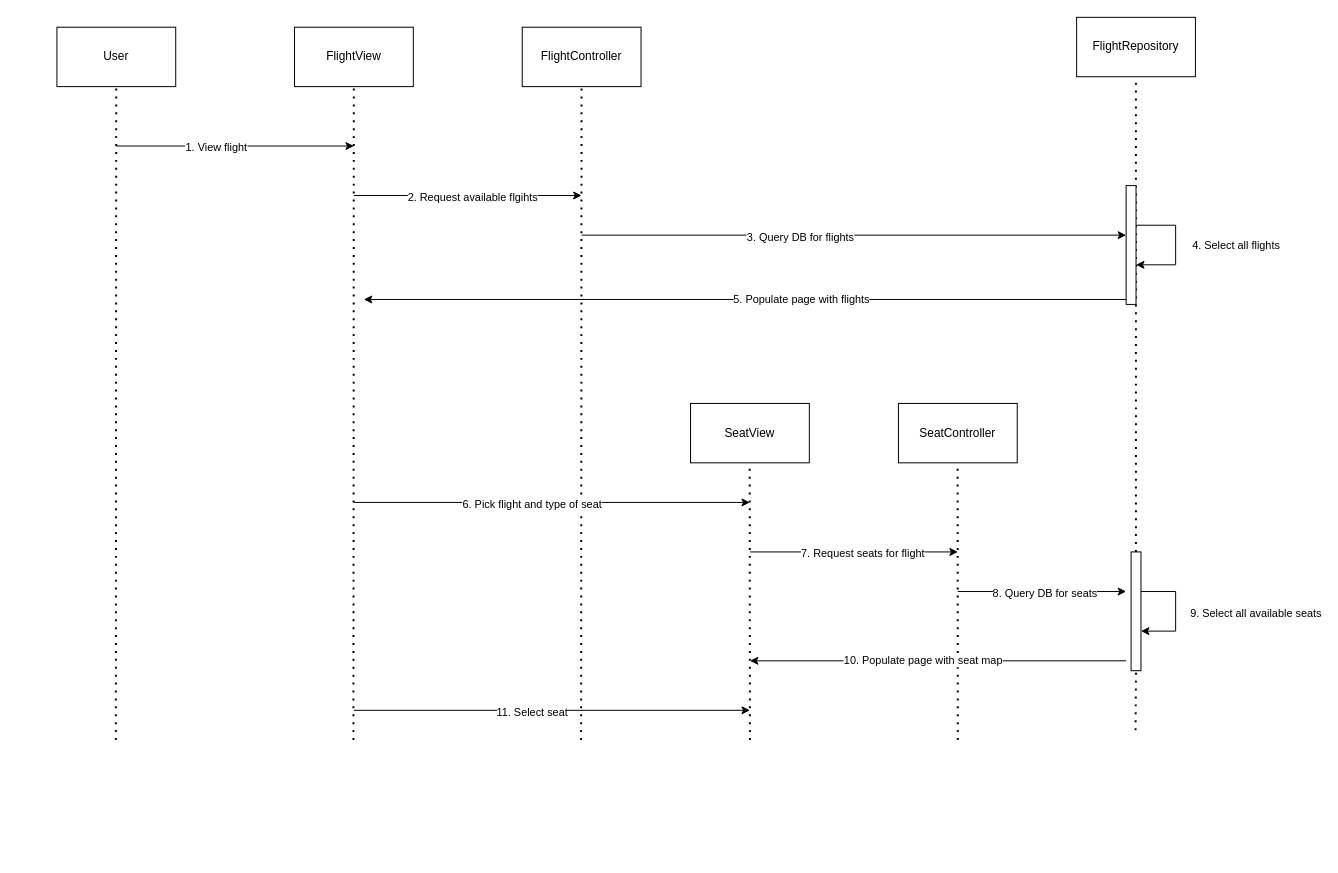
coreyyangsmith/ensf614-project keeps this draw.io diagram as page "ChooseTicket" (4 of 4) of documentation/02 Domain Diagrams/02-4 Sequence Diagrams/Login Sequence Diagram- Pamela.drawio. Above is the earlier version. Source tidied: cells renumbered, new cells numbered last; positions are measured from the earlier drawing's top-left corner, leaving out a move shared by most shapes. Both pictures are drawn from the tidied source at 99%, with x=0, y=0 at pixel (56, 17).
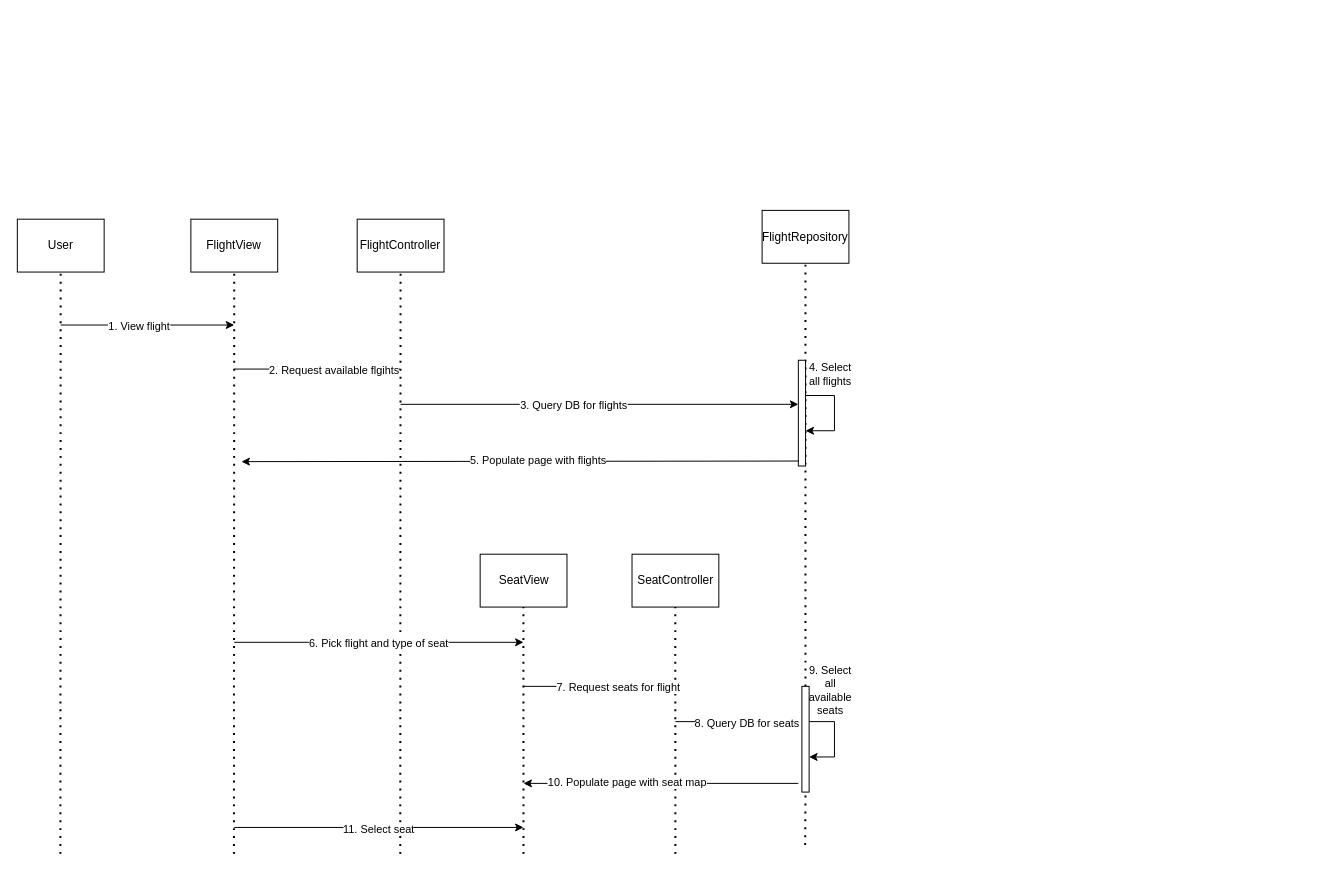
The same page after the edit.

Change to the diagram source:
```diff
@@
+    <mxCell id="39" style="group;" parent="1" vertex="1">
+      <mxGeometry x="-40" y="195" width="840" height="650" as="geometry" />
+    </mxCell>
-    <mxCell id="2" value="User" style="rounded=0;whiteSpace=wrap;html=1;" parent="1" vertex="1">
-      <mxGeometry y="10" width="120" height="60" as="geometry" />
+    <mxCell id="2" value="User" style="rounded=0;whiteSpace=wrap;html=1;" parent="39" vertex="1">
+      <mxGeometry y="8.9" width="87.7" height="53.4" as="geometry" />
     </mxCell>
-    <mxCell id="3" style="endArrow=none;dashed=1;html=1;dashPattern=1 3;strokeWidth=2;rounded=0;entryX=0.5;entryY=1;entryDx=0;entryDy=0;" parent="1" edge="1">
+    <mxCell id="3" style="endArrow=none;dashed=1;html=1;dashPattern=1 3;strokeWidth=2;rounded=0;entryX=0.5;entryY=1;entryDx=0;entryDy=0;" parent="39" edge="1">
       <mxGeometry relative="1" as="geometry">
-        <mxPoint x="59.5" y="730" as="sourcePoint" />
-        <mxPoint x="59.9" y="70" as="targetPoint" />
+        <mxPoint x="43.5" y="650" as="sourcePoint" />
+        <mxPoint x="43.8" y="62.3" as="targetPoint" />
       </mxGeometry>
     </mxCell>
-    <mxCell id="4" value="FlightView" style="rounded=0;whiteSpace=wrap;html=1;" parent="1" vertex="1">
-      <mxGeometry x="240" y="10" width="120" height="60" as="geometry" />
+    <mxCell id="4" value="FlightView" style="rounded=0;whiteSpace=wrap;html=1;" parent="39" vertex="1">
+      <mxGeometry x="175.3" y="8.9" width="87.7" height="53.4" as="geometry" />
     </mxCell>
-    <mxCell id="5" style="endArrow=none;dashed=1;html=1;dashPattern=1 3;strokeWidth=2;rounded=0;entryX=0.5;entryY=1;entryDx=0;entryDy=0;" parent="1" edge="1">
+    <mxCell id="5" style="endArrow=none;dashed=1;html=1;dashPattern=1 3;strokeWidth=2;rounded=0;entryX=0.5;entryY=1;entryDx=0;entryDy=0;" parent="39" edge="1">
       <mxGeometry relative="1" as="geometry">
-        <mxPoint x="299.5" y="730" as="sourcePoint" />
-        <mxPoint x="299.9" y="70" as="targetPoint" />
+        <mxPoint x="218.8" y="650" as="sourcePoint" />
+        <mxPoint x="219.1" y="62.3" as="targetPoint" />
       </mxGeometry>
     </mxCell>
-    <mxCell id="6" value="FlightController" style="rounded=0;whiteSpace=wrap;html=1;" parent="1" vertex="1">
-      <mxGeometry x="470" y="10" width="120" height="60" as="geometry" />
+    <mxCell id="6" value="FlightController" style="rounded=0;whiteSpace=wrap;html=1;" parent="39" vertex="1">
+      <mxGeometry x="343.3" y="8.9" width="87.7" height="53.4" as="geometry" />
     </mxCell>
-    <mxCell id="7" style="endArrow=none;dashed=1;html=1;dashPattern=1 3;strokeWidth=2;rounded=0;entryX=0.5;entryY=1;entryDx=0;entryDy=0;" parent="1" edge="1">
+    <mxCell id="7" style="endArrow=none;dashed=1;html=1;dashPattern=1 3;strokeWidth=2;rounded=0;entryX=0.5;entryY=1;entryDx=0;entryDy=0;" parent="39" edge="1">
       <mxGeometry relative="1" as="geometry">
-        <mxPoint x="529.5" y="730" as="sourcePoint" />
-        <mxPoint x="529.9" y="70" as="targetPoint" />
+        <mxPoint x="386.8" y="650" as="sourcePoint" />
+        <mxPoint x="387.1" y="62.3" as="targetPoint" />
       </mxGeometry>
     </mxCell>
-    <mxCell id="8" value="FlightRepository" style="rounded=0;whiteSpace=wrap;html=1;" parent="1" vertex="1">
-      <mxGeometry x="1030" width="120" height="60" as="geometry" />
+    <mxCell id="8" value="FlightRepository" style="rounded=0;whiteSpace=wrap;html=1;" parent="39" vertex="1">
+      <mxGeometry x="752.3" width="87.7" height="53.4" as="geometry" />
     </mxCell>
-    <mxCell id="9" style="endArrow=none;dashed=1;html=1;dashPattern=1 3;strokeWidth=2;rounded=0;entryX=0.5;entryY=1;entryDx=0;entryDy=0;" parent="1" edge="1" source="34">
+    <mxCell id="9" style="endArrow=none;dashed=1;html=1;dashPattern=1 3;strokeWidth=2;rounded=0;entryX=0.5;entryY=1;entryDx=0;entryDy=0;" parent="39" edge="1" source="34">
       <mxGeometry relative="1" as="geometry">
-        <mxPoint x="1089.9" y="60" as="targetPoint" />
+        <mxPoint x="796.1" y="53.4" as="targetPoint" />
       </mxGeometry>
     </mxCell>
-    <mxCell id="10" value="SeatView" style="rounded=0;whiteSpace=wrap;html=1;" parent="1" vertex="1">
-      <mxGeometry x="640" y="390" width="120" height="60" as="geometry" />
+    <mxCell id="10" value="SeatView" style="rounded=0;whiteSpace=wrap;html=1;" parent="39" vertex="1">
+      <mxGeometry x="467.5" y="347.3" width="87.7" height="53.4" as="geometry" />
     </mxCell>
-    <mxCell id="11" style="endArrow=none;dashed=1;html=1;dashPattern=1 3;strokeWidth=2;rounded=0;entryX=0.5;entryY=1;entryDx=0;entryDy=0;" parent="1" edge="1">
+    <mxCell id="11" style="endArrow=none;dashed=1;html=1;dashPattern=1 3;strokeWidth=2;rounded=0;entryX=0.5;entryY=1;entryDx=0;entryDy=0;" parent="39" edge="1">
       <mxGeometry relative="1" as="geometry">
-        <mxPoint x="700" y="730" as="sourcePoint" />
-        <mxPoint x="699.8" y="450" as="targetPoint" />
+        <mxPoint x="511.3" y="650" as="sourcePoint" />
+        <mxPoint x="511.2" y="400.7" as="targetPoint" />
       </mxGeometry>
     </mxCell>
-    <mxCell id="12" value="SeatController" style="rounded=0;whiteSpace=wrap;html=1;" parent="1" vertex="1">
-      <mxGeometry x="850" y="390" width="120" height="60" as="geometry" />
+    <mxCell id="12" value="SeatController" style="rounded=0;whiteSpace=wrap;html=1;" parent="39" vertex="1">
+      <mxGeometry x="620.9" y="347.3" width="87.7" height="53.4" as="geometry" />
     </mxCell>
-    <mxCell id="13" style="endArrow=none;dashed=1;html=1;dashPattern=1 3;strokeWidth=2;rounded=0;entryX=0.5;entryY=1;entryDx=0;entryDy=0;" parent="1" edge="1">
+    <mxCell id="13" style="endArrow=none;dashed=1;html=1;dashPattern=1 3;strokeWidth=2;rounded=0;entryX=0.5;entryY=1;entryDx=0;entryDy=0;" parent="39" edge="1">
       <mxGeometry relative="1" as="geometry">
-        <mxPoint x="910" y="730" as="sourcePoint" />
-        <mxPoint x="909.8" y="450" as="targetPoint" />
+        <mxPoint x="664.7" y="650" as="sourcePoint" />
+        <mxPoint x="664.6" y="400.7" as="targetPoint" />
       </mxGeometry>
     </mxCell>
-    <mxCell id="14" style="endArrow=classic;html=1;rounded=0;" parent="1" edge="1">
+    <mxCell id="14" style="endArrow=classic;html=1;rounded=0;" parent="39" edge="1">
       <mxGeometry relative="1" as="geometry">
-        <mxPoint x="60" y="130" as="sourcePoint" />
-        <mxPoint x="300" y="130" as="targetPoint" />
+        <mxPoint x="43.8" y="115.8" as="sourcePoint" />
+        <mxPoint x="219.1" y="115.8" as="targetPoint" />
       </mxGeometry>
     </mxCell>
@@
-    <mxCell id="16" style="endArrow=classic;html=1;rounded=0;" parent="1" edge="1">
+    <mxCell id="16" style="endArrow=classic;html=1;rounded=0;" parent="39" edge="1">
       <mxGeometry relative="1" as="geometry">
-        <mxPoint x="300" y="180" as="sourcePoint" />
-        <mxPoint x="530" y="180" as="targetPoint" />
+        <mxPoint x="219.1" y="160.3" as="sourcePoint" />
+        <mxPoint x="387.1" y="160.3" as="targetPoint" />
       </mxGeometry>
     </mxCell>
@@
-    <mxCell id="18" style="endArrow=classic;html=1;rounded=0;" parent="1" edge="1" target="22">
+    <mxCell id="18" style="endArrow=classic;html=1;rounded=0;" parent="39" edge="1" target="22">
       <mxGeometry relative="1" as="geometry">
-        <mxPoint x="530" y="220" as="sourcePoint" />
+        <mxPoint x="387.1" y="195.9" as="sourcePoint" />
       </mxGeometry>
     </mxCell>
@@
-    <mxCell id="20" style="edgeStyle=orthogonalEdgeStyle;rounded=0;orthogonalLoop=1;jettySize=auto;html=1;curved=0;" parent="1" edge="1" source="22" target="22">
+    <mxCell id="20" style="edgeStyle=orthogonalEdgeStyle;rounded=0;orthogonalLoop=1;jettySize=auto;html=1;curved=0;" parent="39" edge="1" source="22" target="22">
       <mxGeometry relative="1" as="geometry">
         <Array as="points">
-          <mxPoint x="1130" y="210" />
-          <mxPoint x="1130" y="250" />
+          <mxPoint x="825.4" y="187" />
+          <mxPoint x="825.4" y="222.6" />
         </Array>
       </mxGeometry>
     </mxCell>
-    <mxCell id="21" value="4. Select all flights" style="edgeLabel;html=1;align=center;verticalAlign=middle;" parent="20" vertex="1">
+    <mxCell id="21" value="4. Select &lt;br&gt;all flights" style="edgeLabel;html=1;align=center;verticalAlign=middle;" parent="20" vertex="1">
       <mxGeometry x="-0.19" y="-2" relative="1" as="geometry">
-        <mxPoint x="62" y="11" as="offset" />
+        <mxPoint x="-3" y="-30" as="offset" />
       </mxGeometry>
     </mxCell>
-    <mxCell id="22" style="html=1;points=[[0,0,0,0,5],[0,1,0,0,-5],[1,0,0,0,5],[1,1,0,0,-5]];perimeter=orthogonalPerimeter;outlineConnect=0;targetShapes=umlLifeline;portConstraint=eastwest;newEdgeStyle={&quot;curved&quot;:0,&quot;rounded&quot;:0};" parent="1" vertex="1">
-      <mxGeometry x="1080" y="170" width="10" height="120" as="geometry" />
+    <mxCell id="22" style="html=1;points=[[0,0,0,0,5],[0,1,0,0,-5],[1,0,0,0,5],[1,1,0,0,-5]];perimeter=orthogonalPerimeter;outlineConnect=0;targetShapes=umlLifeline;portConstraint=eastwest;newEdgeStyle={&quot;curved&quot;:0,&quot;rounded&quot;:0};" parent="39" vertex="1">
+      <mxGeometry x="788.9" y="151.4" width="7.3" height="106.8" as="geometry" />
     </mxCell>
-    <mxCell id="23" style="endArrow=classic;html=1;rounded=0;exitX=0;exitY=1;exitDx=0;exitDy=-5;exitPerimeter=0;" parent="1" edge="1" source="22">
+    <mxCell id="23" style="endArrow=classic;html=1;rounded=0;exitX=0;exitY=1;exitDx=0;exitDy=-5;exitPerimeter=0;" parent="39" edge="1" source="22">
       <mxGeometry relative="1" as="geometry">
-        <mxPoint x="310" y="285" as="targetPoint" />
+        <mxPoint x="226.4" y="253.8" as="targetPoint" />
       </mxGeometry>
     </mxCell>
@@
-    <mxCell id="25" style="endArrow=classic;html=1;rounded=0;" parent="1" edge="1">
+    <mxCell id="25" style="endArrow=classic;html=1;rounded=0;" parent="39" edge="1">
       <mxGeometry relative="1" as="geometry">
-        <mxPoint x="300" y="490" as="sourcePoint" />
-        <mxPoint x="700" y="490" as="targetPoint" />
+        <mxPoint x="219.1" y="436.3" as="sourcePoint" />
+        <mxPoint x="511.3" y="436.3" as="targetPoint" />
       </mxGeometry>
     </mxCell>
@@
-    <mxCell id="27" style="endArrow=classic;html=1;rounded=0;" parent="1" edge="1">
+    <mxCell id="27" style="endArrow=classic;html=1;rounded=0;" parent="39" edge="1">
       <mxGeometry relative="1" as="geometry">
-        <mxPoint x="910" y="580" as="sourcePoint" />
-        <mxPoint x="1080" y="580" as="targetPoint" />
+        <mxPoint x="664.7" y="516.4" as="sourcePoint" />
+        <mxPoint x="788.9" y="516.4" as="targetPoint" />
       </mxGeometry>
     </mxCell>
@@
-    <mxCell id="29" style="endArrow=classic;html=1;rounded=0;" parent="1" edge="1">
+    <mxCell id="29" style="endArrow=classic;html=1;rounded=0;" parent="39" edge="1">
       <mxGeometry relative="1" as="geometry">
-        <mxPoint x="700" y="540" as="sourcePoint" />
-        <mxPoint x="910" y="540" as="targetPoint" />
+        <mxPoint x="511.3" y="480.8" as="sourcePoint" />
+        <mxPoint x="664.7" y="480.8" as="targetPoint" />
       </mxGeometry>
     </mxCell>
@@
-    <mxCell id="31" style="edgeStyle=orthogonalEdgeStyle;rounded=0;orthogonalLoop=1;jettySize=auto;html=1;curved=0;" parent="1" edge="1" source="34" target="34">
+    <mxCell id="31" style="edgeStyle=orthogonalEdgeStyle;rounded=0;orthogonalLoop=1;jettySize=auto;html=1;curved=0;" parent="39" edge="1" source="34" target="34">
       <mxGeometry relative="1" as="geometry">
         <Array as="points">
-          <mxPoint x="1130" y="580" />
-          <mxPoint x="1130" y="620" />
+          <mxPoint x="825.4" y="516.4" />
+          <mxPoint x="825.4" y="552.1" />
         </Array>
       </mxGeometry>
     </mxCell>
-    <mxCell id="32" value="9. Select all available seats" style="edgeLabel;html=1;align=center;verticalAlign=middle;" parent="31" vertex="1">
+    <mxCell id="32" value="9. Select &lt;br&gt;all &lt;br&gt;available &lt;br&gt;seats" style="edgeLabel;html=1;align=center;verticalAlign=middle;" parent="31" vertex="1">
       <mxGeometry x="-0.19" y="-2" relative="1" as="geometry">
-        <mxPoint x="82" y="11" as="offset" />
+        <mxPoint x="-3" y="-41" as="offset" />
       </mxGeometry>
     </mxCell>
-    <mxCell id="33" style="endArrow=none;dashed=1;html=1;dashPattern=1 3;strokeWidth=2;rounded=0;entryX=0.5;entryY=1;entryDx=0;entryDy=0;" parent="1" edge="1" target="34">
+    <mxCell id="33" style="endArrow=none;dashed=1;html=1;dashPattern=1 3;strokeWidth=2;rounded=0;entryX=0.5;entryY=1;entryDx=0;entryDy=0;" parent="39" edge="1" target="34">
       <mxGeometry relative="1" as="geometry">
-        <mxPoint x="1089.5" y="720" as="sourcePoint" />
+        <mxPoint x="795.8" y="641.1" as="sourcePoint" />
       </mxGeometry>
     </mxCell>
-    <mxCell id="34" style="html=1;points=[[0,0,0,0,5],[0,1,0,0,-5],[1,0,0,0,5],[1,1,0,0,-5]];perimeter=orthogonalPerimeter;outlineConnect=0;targetShapes=umlLifeline;portConstraint=eastwest;newEdgeStyle={&quot;curved&quot;:0,&quot;rounded&quot;:0};" parent="1" vertex="1">
-      <mxGeometry x="1085" y="540" width="10" height="120" as="geometry" />
+    <mxCell id="34" style="html=1;points=[[0,0,0,0,5],[0,1,0,0,-5],[1,0,0,0,5],[1,1,0,0,-5]];perimeter=orthogonalPerimeter;outlineConnect=0;targetShapes=umlLifeline;portConstraint=eastwest;newEdgeStyle={&quot;curved&quot;:0,&quot;rounded&quot;:0};" parent="39" vertex="1">
+      <mxGeometry x="792.5" y="480.8" width="7.3" height="106.8" as="geometry" />
     </mxCell>
-    <mxCell id="35" style="endArrow=classic;html=1;rounded=0;" parent="1" edge="1">
+    <mxCell id="35" style="endArrow=classic;html=1;rounded=0;" parent="39" edge="1">
       <mxGeometry relative="1" as="geometry">
-        <mxPoint x="1080" y="650" as="sourcePoint" />
-        <mxPoint x="700" y="650" as="targetPoint" />
+        <mxPoint x="788.9" y="578.8" as="sourcePoint" />
+        <mxPoint x="511.3" y="578.8" as="targetPoint" />
       </mxGeometry>
     </mxCell>
@@
-    <mxCell id="37" style="endArrow=classic;html=1;rounded=0;" parent="1" edge="1">
+    <mxCell id="37" style="endArrow=classic;html=1;rounded=0;" parent="39" edge="1">
       <mxGeometry relative="1" as="geometry">
-        <mxPoint x="300" y="700" as="sourcePoint" />
-        <mxPoint x="700" y="700" as="targetPoint" />
+        <mxPoint x="219.1" y="623.3" as="sourcePoint" />
+        <mxPoint x="511.3" y="623.3" as="targetPoint" />
       </mxGeometry>
     </mxCell>
```
